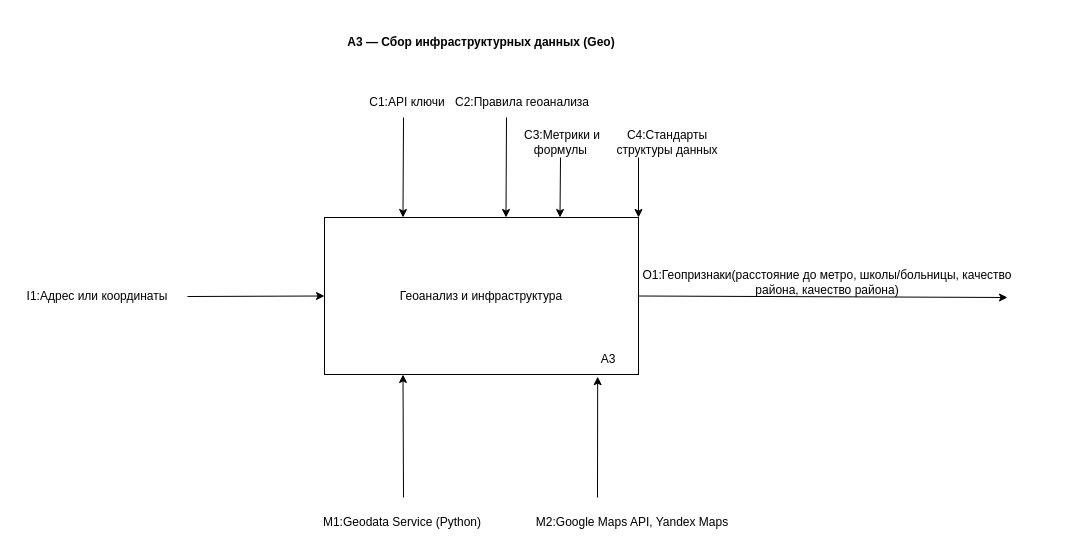
Before: src/diagrams/IDEF0/IDEF0_F3.drawio in HeadMaxResh/system-engineering-playbook, a draw.io diagram. Source tidied: cells renumbered, new cells numbered last; positions are measured from the earlier drawing's top-left corner, leaving out a move shared by most shapes. Both pictures are drawn from the tidied source at 100%, with x=0, y=0 at pixel (17, 27).
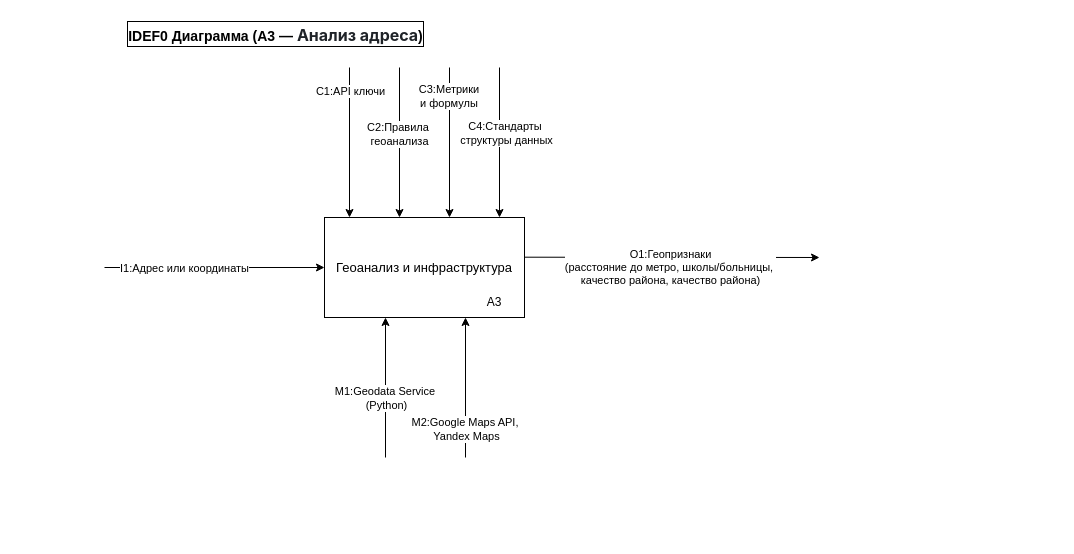
Above is the later version.

Change to the diagram source:
```diff
@@
-    <mxCell id="2" value="&lt;b&gt;A3 — Сбор инфраструктурных данных (Geo)&lt;/b&gt;" style="text;html=1;whiteSpace=wrap;strokeColor=none;fillColor=none;align=center;verticalAlign=middle;rounded=0;" parent="1" vertex="1">
-      <mxGeometry x="314" width="300" height="30" as="geometry" />
-    </mxCell>
-    <mxCell id="3" value="Геоанализ и инфраструктура" style="rounded=0;whiteSpace=wrap;html=1;" parent="1" vertex="1">
-      <mxGeometry x="307" y="190" width="314" height="157" as="geometry" />
+    <mxCell id="3" value="&lt;font style=&quot;font-size: 13px;&quot;&gt;Геоанализ и инфраструктура&lt;/font&gt;" style="rounded=0;whiteSpace=wrap;html=1;" parent="1" vertex="1">
+      <mxGeometry x="307" y="190" width="200" height="100" as="geometry" />
     </mxCell>
-    <mxCell id="4" value="A3" style="text;html=1;whiteSpace=wrap;strokeColor=none;fillColor=none;align=center;verticalAlign=middle;rounded=0;" parent="1" vertex="1">
-      <mxGeometry x="561" y="317" width="60" height="30" as="geometry" />
-    </mxCell>
-    <mxCell id="5" style="endArrow=classic;html=1;rounded=0;entryX=0;entryY=0.5;entryDx=0;entryDy=0;" parent="1" edge="1" target="3">
-      <mxGeometry relative="1" as="geometry">
-        <mxPoint x="170" y="269" as="sourcePoint" />
-      </mxGeometry>
-    </mxCell>
+    <mxCell id="21" value="А3" style="text;html=1;strokeColor=none;fillColor=none;align=center;verticalAlign=middle;whiteSpace=wrap;rounded=0;" parent="1" vertex="1">
+      <mxGeometry x="447" y="260" width="60" height="30" as="geometry" />
+    </mxCell>
+    <mxCell id="22" style="endArrow=classic;html=1;rounded=0;entryX=0.5;entryY=0;entryDx=0;entryDy=0;" parent="1" edge="1">
+      <mxGeometry relative="1" as="geometry">
+        <mxPoint x="332" y="40" as="sourcePoint" />
+        <mxPoint x="332" y="190" as="targetPoint" />
+      </mxGeometry>
+    </mxCell>
+    <mxCell id="8" value="C1:API ключи" style="edgeLabel;html=1;align=center;verticalAlign=middle;fontSize=11;" parent="22" vertex="1">
+      <mxGeometry x="-0.22" y="-1" relative="1" as="geometry">
+        <mxPoint x="1" y="-36" as="offset" />
+      </mxGeometry>
+    </mxCell>
+    <mxCell id="23" style="edgeStyle=none;shape=connector;rounded=0;orthogonalLoop=1;jettySize=auto;html=1;exitX=0;exitY=0.75;exitDx=0;exitDy=0;labelBackgroundColor=default;strokeColor=default;align=center;verticalAlign=middle;fontFamily=Helvetica;fontSize=11;fontColor=default;endArrow=none;startArrow=classic;startFill=1;endFill=0;" parent="1" edge="1">
+      <mxGeometry relative="1" as="geometry">
+        <mxPoint x="307" y="240" as="sourcePoint" />
+        <mxPoint x="87" y="240" as="targetPoint" />
+      </mxGeometry>
+    </mxCell>
-    <mxCell id="6" value="I1:Адрес или координаты" style="text;html=1;whiteSpace=wrap;strokeColor=none;fillColor=none;align=center;verticalAlign=middle;rounded=0;" parent="1" vertex="1">
-      <mxGeometry y="253.5" width="160" height="30" as="geometry" />
+    <mxCell id="6" value="I1:Адрес или координаты" style="edgeLabel;html=1;align=center;verticalAlign=middle;fontSize=11;fontFamily=Helvetica;fontColor=default;" parent="23" vertex="1">
+      <mxGeometry x="0.29" y="2" relative="1" as="geometry">
+        <mxPoint x="1" y="-2" as="offset" />
+      </mxGeometry>
     </mxCell>
-    <mxCell id="7" style="endArrow=classic;html=1;rounded=0;entryX=0.25;entryY=0;entryDx=0;entryDy=0;" parent="1" edge="1" target="3">
-      <mxGeometry relative="1" as="geometry">
-        <mxPoint x="386" y="90" as="sourcePoint" />
-      </mxGeometry>
-    </mxCell>
-    <mxCell id="8" value="C1:API ключи" style="text;html=1;whiteSpace=wrap;strokeColor=none;fillColor=none;align=center;verticalAlign=middle;rounded=0;" parent="1" vertex="1">
-      <mxGeometry x="330" y="60" width="120" height="30" as="geometry" />
-    </mxCell>
-    <mxCell id="9" style="endArrow=classic;html=1;rounded=0;entryX=0.75;entryY=0;entryDx=0;entryDy=0;" parent="1" edge="1">
-      <mxGeometry relative="1" as="geometry">
-        <mxPoint x="489" y="90" as="sourcePoint" />
-        <mxPoint x="488.5" y="190" as="targetPoint" />
-      </mxGeometry>
-    </mxCell>
+    <mxCell id="24" style="edgeStyle=orthogonalEdgeStyle;rounded=0;orthogonalLoop=1;jettySize=auto;html=1;entryX=0.25;entryY=1;entryDx=0;entryDy=0;" parent="1" edge="1">
+      <mxGeometry relative="1" as="geometry">
+        <mxPoint x="368" y="430" as="sourcePoint" />
+        <mxPoint x="368" y="290" as="targetPoint" />
+      </mxGeometry>
+    </mxCell>
+    <mxCell id="14" value="M1:Geodata Service&amp;nbsp;&lt;div&gt;(Python)&lt;/div&gt;" style="edgeLabel;html=1;align=center;verticalAlign=middle;fontSize=11;" parent="24" vertex="1">
+      <mxGeometry x="0.56" y="2" relative="1" as="geometry">
+        <mxPoint x="2" y="49" as="offset" />
+      </mxGeometry>
+    </mxCell>
+    <mxCell id="25" style="edgeStyle=orthogonalEdgeStyle;rounded=0;orthogonalLoop=1;jettySize=auto;html=1;entryX=0.25;entryY=1;entryDx=0;entryDy=0;" parent="1" edge="1">
+      <mxGeometry relative="1" as="geometry">
+        <mxPoint x="448" y="430" as="sourcePoint" />
+        <mxPoint x="448" y="290" as="targetPoint" />
+      </mxGeometry>
+    </mxCell>
+    <mxCell id="16" value="M2:Google Maps API,&amp;nbsp;&lt;div&gt;Yandex Maps&lt;/div&gt;" style="edgeLabel;html=1;align=center;verticalAlign=middle;fontSize=11;" parent="25" vertex="1">
+      <mxGeometry x="0.56" y="2" relative="1" as="geometry">
+        <mxPoint x="2" y="80" as="offset" />
+      </mxGeometry>
+    </mxCell>
+    <mxCell id="26" style="edgeStyle=none;shape=connector;rounded=0;orthogonalLoop=1;jettySize=auto;html=1;labelBackgroundColor=default;strokeColor=default;align=center;verticalAlign=middle;fontFamily=Helvetica;fontSize=11;fontColor=default;endArrow=none;startArrow=classic;startFill=1;endFill=0;" parent="1" edge="1">
+      <mxGeometry relative="1" as="geometry">
+        <mxPoint x="802" y="230" as="sourcePoint" />
+        <mxPoint x="507" y="229.7" as="targetPoint" />
+      </mxGeometry>
+    </mxCell>
+    <mxCell id="27" value="O1:Геопризнаки&lt;div&gt;(расстояние до метро, школы/больницы,&amp;nbsp;&lt;/div&gt;&lt;div&gt;качество района, качество района)&lt;/div&gt;" style="edgeLabel;html=1;align=center;verticalAlign=middle;fontSize=11;fontFamily=Helvetica;fontColor=default;" parent="26" vertex="1">
+      <mxGeometry x="0.29" y="2" relative="1" as="geometry">
+        <mxPoint x="41" y="8" as="offset" />
+      </mxGeometry>
+    </mxCell>
+    <mxCell id="28" value="&lt;font style=&quot;font-size: 14px;&quot;&gt;IDEF0 Диаграмма (A3 —&amp;nbsp;&lt;span style=&quot;box-sizing: border-box; color: rgb(31, 35, 40); font-family: -apple-system, BlinkMacSystemFont, &amp;quot;Segoe UI&amp;quot;, &amp;quot;Noto Sans&amp;quot;, Helvetica, Arial, sans-serif, &amp;quot;Apple Color Emoji&amp;quot;, &amp;quot;Segoe UI Emoji&amp;quot;; font-size: 16px; text-align: start; background-color: rgb(255, 255, 255);&quot;&gt;Анализ адреса&lt;/span&gt;)&lt;/font&gt;" style="text;html=1;strokeColor=none;fillColor=none;align=center;verticalAlign=middle;whiteSpace=wrap;rounded=0;fontSize=20;fontStyle=1;labelBackgroundColor=none;labelBorderColor=default;spacingTop=1;" parent="1" vertex="1">
+      <mxGeometry x="25" y="-10" width="467" height="30" as="geometry" />
+    </mxCell>
+    <mxCell id="29" style="endArrow=classic;html=1;rounded=0;entryX=0.5;entryY=0;entryDx=0;entryDy=0;" parent="1" edge="1">
+      <mxGeometry relative="1" as="geometry">
+        <mxPoint x="382" y="40" as="sourcePoint" />
+        <mxPoint x="382" y="190" as="targetPoint" />
+      </mxGeometry>
+    </mxCell>
-    <mxCell id="10" value="C2:Правила геоанализа" style="text;html=1;whiteSpace=wrap;strokeColor=none;fillColor=none;align=center;verticalAlign=middle;rounded=0;" parent="1" vertex="1">
-      <mxGeometry x="410" y="60" width="190" height="30" as="geometry" />
+    <mxCell id="10" value="C2:Правила&amp;nbsp;&lt;div&gt;геоанализа&lt;/div&gt;" style="edgeLabel;html=1;align=center;verticalAlign=middle;fontSize=11;" parent="29" vertex="1">
+      <mxGeometry x="-0.22" y="-1" relative="1" as="geometry">
+        <mxPoint y="7" as="offset" />
+      </mxGeometry>
     </mxCell>
-    <mxCell id="11" style="endArrow=classic;html=1;rounded=0;exitX=1;exitY=0.5;exitDx=0;exitDy=0;" parent="1" edge="1" source="3">
-      <mxGeometry relative="1" as="geometry">
-        <mxPoint x="990" y="270" as="targetPoint" />
-      </mxGeometry>
-    </mxCell>
-    <mxCell id="12" value="O1:Геопризнаки(расстояние до метро,&amp;nbsp;школы/больницы,&amp;nbsp;качество района,&amp;nbsp;качество района)" style="text;html=1;whiteSpace=wrap;strokeColor=none;fillColor=none;align=center;verticalAlign=middle;rounded=0;" parent="1" vertex="1">
-      <mxGeometry x="580" y="240" width="460" height="30" as="geometry" />
-    </mxCell>
-    <mxCell id="13" style="endArrow=classic;html=1;rounded=0;entryX=0.25;entryY=1;entryDx=0;entryDy=0;" parent="1" edge="1" target="3">
-      <mxGeometry relative="1" as="geometry">
-        <mxPoint x="386" y="470" as="sourcePoint" />
-      </mxGeometry>
-    </mxCell>
-    <mxCell id="14" value="M1:Geodata Service (Python)" style="text;html=1;whiteSpace=wrap;strokeColor=none;fillColor=none;align=center;verticalAlign=middle;rounded=0;" parent="1" vertex="1">
-      <mxGeometry x="290" y="480" width="190" height="30" as="geometry" />
-    </mxCell>
-    <mxCell id="15" style="endArrow=classic;html=1;rounded=0;entryX=0.87;entryY=1.014;entryDx=0;entryDy=0;entryPerimeter=0;" parent="1" edge="1" target="3">
-      <mxGeometry relative="1" as="geometry">
-        <mxPoint x="580" y="470" as="sourcePoint" />
-      </mxGeometry>
-    </mxCell>
-    <mxCell id="16" value="M2:Google Maps API, Yandex Maps" style="text;html=1;whiteSpace=wrap;strokeColor=none;fillColor=none;align=center;verticalAlign=middle;rounded=0;" parent="1" vertex="1">
-      <mxGeometry x="490" y="480" width="250" height="30" as="geometry" />
-    </mxCell>
-    <mxCell id="17" style="endArrow=classic;html=1;rounded=0;entryX=0.75;entryY=0;entryDx=0;entryDy=0;" parent="1" edge="1" target="3">
-      <mxGeometry relative="1" as="geometry">
-        <mxPoint x="543" y="130" as="sourcePoint" />
-      </mxGeometry>
-    </mxCell>
+    <mxCell id="30" style="endArrow=classic;html=1;rounded=0;entryX=0.5;entryY=0;entryDx=0;entryDy=0;" parent="1" edge="1">
+      <mxGeometry relative="1" as="geometry">
+        <mxPoint x="432" y="40" as="sourcePoint" />
+        <mxPoint x="432" y="190" as="targetPoint" />
+      </mxGeometry>
+    </mxCell>
-    <mxCell id="18" value="С3:Метрики и формулы&amp;nbsp;" style="text;html=1;whiteSpace=wrap;strokeColor=none;fillColor=none;align=center;verticalAlign=middle;rounded=0;" parent="1" vertex="1">
-      <mxGeometry x="480" y="100" width="130" height="30" as="geometry" />
+    <mxCell id="18" value="С3:Метрики&amp;nbsp;&lt;div&gt;и формулы&amp;nbsp;&lt;/div&gt;" style="edgeLabel;html=1;align=center;verticalAlign=middle;fontSize=11;" parent="30" vertex="1">
+      <mxGeometry x="-0.22" y="-1" relative="1" as="geometry">
+        <mxPoint x="1" y="-31" as="offset" />
+      </mxGeometry>
     </mxCell>
-    <mxCell id="19" style="endArrow=classic;html=1;rounded=0;entryX=1;entryY=0;entryDx=0;entryDy=0;" parent="1" edge="1" target="3">
-      <mxGeometry relative="1" as="geometry">
-        <mxPoint x="621" y="130" as="sourcePoint" />
-      </mxGeometry>
-    </mxCell>
+    <mxCell id="31" style="endArrow=classic;html=1;rounded=0;entryX=0.5;entryY=0;entryDx=0;entryDy=0;" parent="1" edge="1">
+      <mxGeometry relative="1" as="geometry">
+        <mxPoint x="482" y="40" as="sourcePoint" />
+        <mxPoint x="482" y="190" as="targetPoint" />
+      </mxGeometry>
+    </mxCell>
-    <mxCell id="20" value="C4:Стандарты структуры данных" style="text;html=1;whiteSpace=wrap;strokeColor=none;fillColor=none;align=center;verticalAlign=middle;rounded=0;" parent="1" vertex="1">
-      <mxGeometry x="590" y="100" width="120" height="30" as="geometry" />
+    <mxCell id="20" value="C4:Стандарты&amp;nbsp;&lt;div&gt;структуры данных&lt;/div&gt;" style="edgeLabel;html=1;align=center;verticalAlign=middle;fontSize=11;" parent="31" vertex="1">
+      <mxGeometry x="-0.22" y="-1" relative="1" as="geometry">
+        <mxPoint x="7" y="6" as="offset" />
+      </mxGeometry>
     </mxCell>
```
